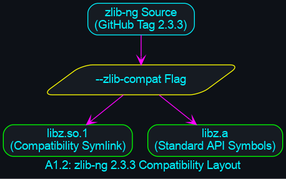
Before: diagrams/compilations/arch_zlibng_compat.png, a diagram exported from Graphviz (danindiana/hybrid-framework). Its source is kept beside it as diagrams/compilations/arch_zlibng_compat.dot. Source of this version:
```dot
digraph ArchZlibNg {
        graph [bgcolor="#0d1117", fontname="Helvetica", fontcolor="#00f2ff", label="A1.2: zlib-ng 2.3.3 Compatibility Layout"];
        node [shape=box, style="filled,rounded", color="#00f2ff", fontcolor="#00f2ff", fillcolor="#161b22", fontname="Helvetica"];
        edge [color="#ff00ff", arrowhead=vee];

        ZlibNg_Source [label="zlib-ng Source\n(GitHub Tag 2.3.3)"];
        Compat_Flag [label="--zlib-compat Flag", shape=parallelogram, color="#ffff00"];
        LibZ_Shared [label="libz.so.1\n(Compatibility Symlink)", color="#00ff00"];
        LibZ_Static [label="libz.a\n(Standard API Symbols)", color="#00ff00"];

        ZlibNg_Source -> Compat_Flag;
        Compat_Flag -> LibZ_Shared;
        Compat_Flag -> LibZ_Static;
    }
```
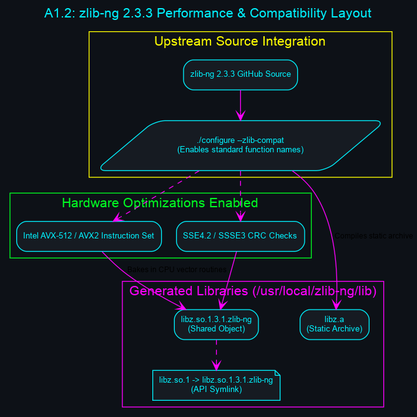
After the commit.

Change to the diagram source:
```diff
@@ -1,14 +1,39 @@
 digraph ArchZlibNg {
-        graph [bgcolor="#0d1117", fontname="Helvetica", fontcolor="#00f2ff", label="A1.2: zlib-ng 2.3.3 Compatibility Layout"];
-        node [shape=box, style="filled,rounded", color="#00f2ff", fontcolor="#00f2ff", fillcolor="#161b22", fontname="Helvetica"];
-        edge [color="#ff00ff", arrowhead=vee];
+        graph [bgcolor="#0d1117", fontname="Helvetica", fontcolor="#00f2ff", label="A1.2: zlib-ng 2.3.3 Performance & Compatibility Layout", labelloc="t", fontsize=16];
+        node [shape=box, style="filled,rounded", color="#00f2ff", fontcolor="#00f2ff", fillcolor="#161b22", fontname="Helvetica", fontsize=10];
+        edge [color="#ff00ff", arrowhead=vee, fontname="Helvetica", fontsize=9];
 
-        ZlibNg_Source [label="zlib-ng Source\n(GitHub Tag 2.3.3)"];
-        Compat_Flag [label="--zlib-compat Flag", shape=parallelogram, color="#ffff00"];
-        LibZ_Shared [label="libz.so.1\n(Compatibility Symlink)", color="#00ff00"];
-        LibZ_Static [label="libz.a\n(Standard API Symbols)", color="#00ff00"];
+        subgraph cluster_src {
+            label = "Upstream Source Integration";
+            color = "#ffff00";
+            fontcolor = "#ffff00";
+            ZlibNg_Src [label="zlib-ng 2.3.3 GitHub Source"];
+            Configure_Compat [label="./configure --zlib-compat\n(Enables standard function names)", shape=parallelogram];
+            ZlibNg_Src -> Configure_Compat;
+        }
 
-        ZlibNg_Source -> Compat_Flag;
-        Compat_Flag -> LibZ_Shared;
-        Compat_Flag -> LibZ_Static;
+        subgraph cluster_opts {
+            label = "Hardware Optimizations Enabled";
+            color = "#00ff22";
+            fontcolor = "#00ff22";
+            AVX [label="Intel AVX-512 / AVX2 Instruction Set"];
+            SSE [label="SSE4.2 / SSSE3 CRC Checks"];
+        }
+
+        subgraph cluster_outputs {
+            label = "Generated Libraries (/usr/local/zlib-ng/lib)";
+            color = "#ff00ff";
+            fontcolor = "#ff00ff";
+            LibZ_Shared [label="libz.so.1.3.1.zlib-ng\n(Shared Object)"];
+            LibZ_Symlink [label="libz.so.1 -> libz.so.1.3.1.zlib-ng\n(API Symlink)", shape=note];
+            LibZ_Static [label="libz.a\n(Static Archive)"];
+
+            LibZ_Shared -> LibZ_Symlink [style=dashed];
+        }
+
+        Configure_Compat -> AVX [style=dashed];
+        Configure_Compat -> SSE [style=dashed];
+        AVX -> LibZ_Shared [label="Bakes in CPU vector routines"];
+        SSE -> LibZ_Shared;
+        Configure_Compat -> LibZ_Static [label="Compiles static archive"];
     }
```
